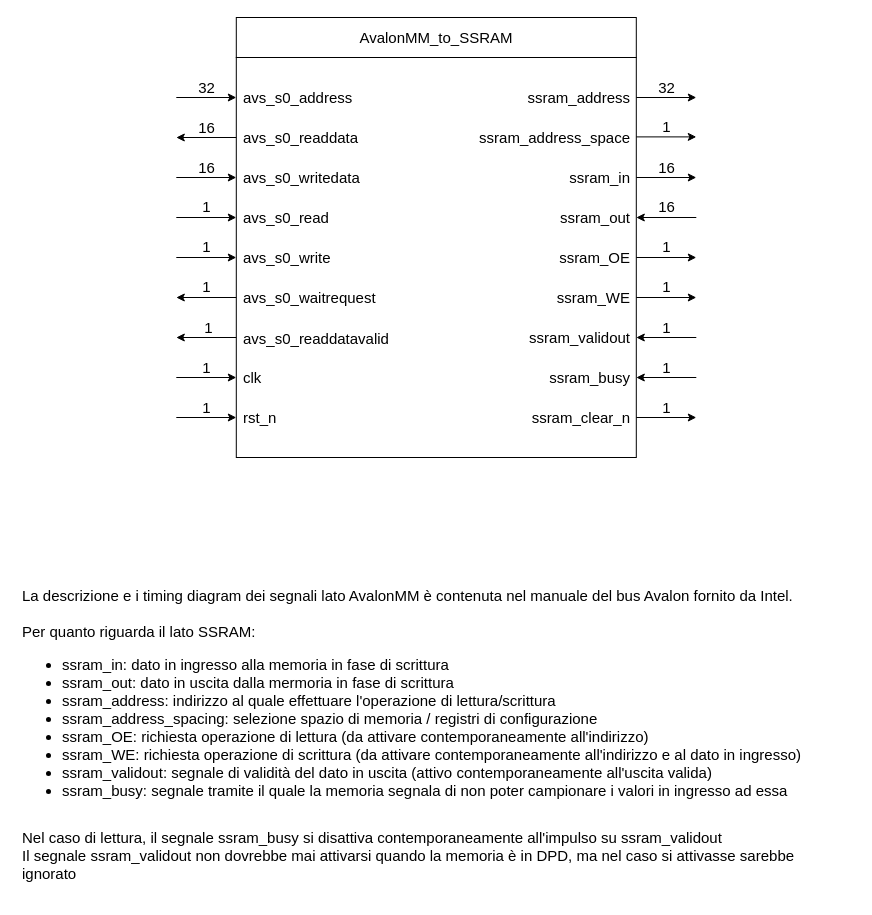
This is page "AvalonMM_to_SSRAM" (1 of 4) of IP_cores/AvalonMM_to_hRAM/AvalonMM_to_SSRAM_v2/rtl/AvalonMM_to_SSRAM.drawio from AndreaBononi/IP_cores, a draw.io file, before an edit. Source tidied: cells renumbered, new cells numbered last; positions are measured from the earlier drawing's top-left corner, leaving out a move shared by most shapes. Both pictures are drawn from the tidied source at 100%, with x=0, y=0 at pixel (17, 17).
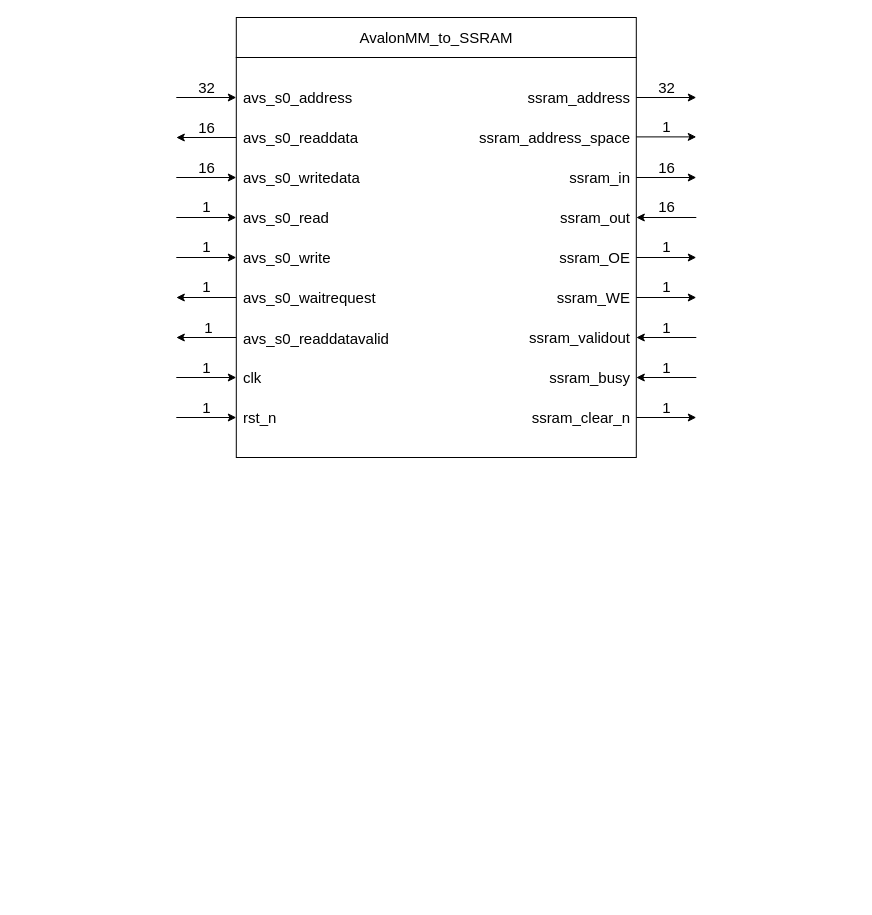
The same page after the edit.

The edit, as a diff of the source:
```diff
@@
-    <mxCell id="58" value="&lt;div&gt;&lt;font style=&quot;font-size: 15px;&quot;&gt;La descrizione e i timing diagram dei segnali lato AvalonMM è contenuta nel manuale del bus Avalon fornito da Intel.&lt;/font&gt;&lt;/div&gt;&lt;div&gt;&lt;font style=&quot;font-size: 15px;&quot;&gt;&lt;br&gt;&lt;/font&gt;&lt;/div&gt;&lt;div&gt;&lt;font style=&quot;font-size: 15px;&quot;&gt;Per quanto riguarda il lato SSRAM:&lt;/font&gt;&lt;/div&gt;&lt;div style=&quot;font-size: 15px;&quot;&gt;&lt;ul&gt;&lt;li&gt;ssram_in: dato in ingresso alla memoria in fase di scrittura&lt;/li&gt;&lt;li&gt;ssram_out: dato in uscita dalla mermoria in fase di scrittura&lt;/li&gt;&lt;li&gt;ssram_address: indirizzo al quale effettuare l'operazione di lettura/scrittura&lt;/li&gt;&lt;li&gt;ssram_address_spacing: selezione spazio di memoria / registri di configurazione&lt;br&gt;&lt;/li&gt;&lt;li&gt;ssram_OE: richiesta operazione di lettura (da attivare contemporaneamente all'indirizzo)&lt;/li&gt;&lt;li&gt;ssram_WE: richiesta operazione di scrittura (da attivare contemporaneamente all'indirizzo e al dato in ingresso)&lt;/li&gt;&lt;li&gt;ssram_validout: segnale di validità del dato in uscita (attivo contemporaneamente all'uscita valida)&lt;br&gt;&lt;/li&gt;&lt;li&gt;ssram_busy: segnale tramite il quale la memoria segnala di non poter campionare i valori in ingresso ad essa&lt;/li&gt;&lt;/ul&gt;&lt;/div&gt;&lt;div&gt;&lt;br&gt;&lt;/div&gt;&lt;div style=&quot;font-size: 15px;&quot;&gt;Nel caso di lettura, il segnale ssram_busy si disattiva contemporaneamente all'impulso su ssram_validout&lt;/div&gt;&lt;div style=&quot;font-size: 15px;&quot;&gt;Il segnale ssram_validout non dovrebbe mai attivarsi quando la memoria è in DPD, ma nel caso si attivasse sarebbe ignorato&lt;br&gt;&lt;/div&gt;" style="text;html=1;strokeColor=none;fillColor=none;spacing=5;spacingTop=-20;whiteSpace=wrap;overflow=hidden;rounded=0;" parent="1" vertex="1">
-      <mxGeometry y="580" width="837.5" height="300" as="geometry" />
-    </mxCell>
```
